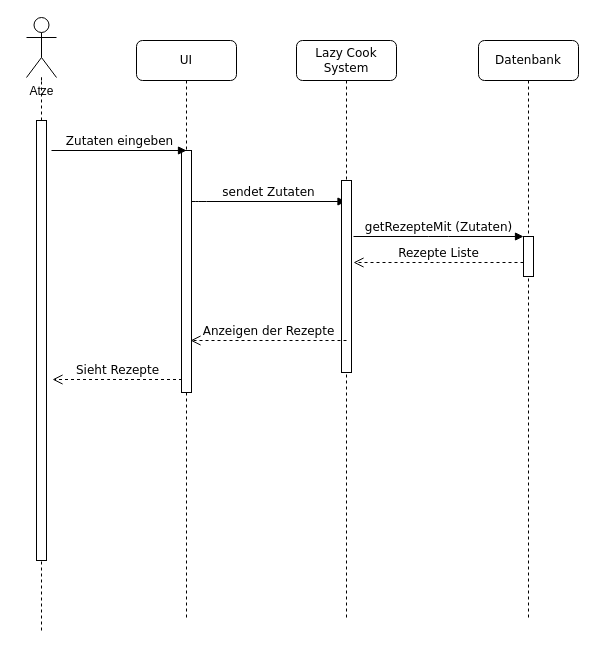
The draw.io diagram docs/UML/UML-Sequenzdiagramm_Rezepte-filtern.drawio in GalacticCodeGambit/LazyCook, before the edit. Source tidied: cells renumbered, new cells numbered last; positions are measured from the earlier drawing's top-left corner, leaving out a move shared by most shapes. Both pictures are drawn from the tidied source at 100%, with x=0, y=0 at pixel (26, 17).
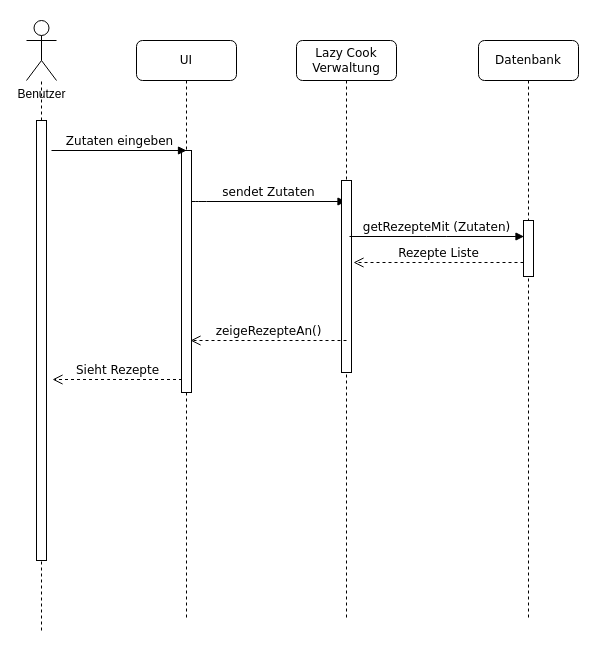
Above is the later version.

Commit message (it also covers changes not shown here):
UML Sequenzdiagramm_Rezepte_Filtern aktualisiert: Lazy Cook Verwaltung und der Methoden hinzugefügt. Ältere Versionen gelöscht.

The edit, as a diff of the source:
```diff
@@
-    <mxCell id="6" value="Lazy Cook System" style="shape=umlLifeline;perimeter=lifelinePerimeter;whiteSpace=wrap;html=1;outlineConnect=0;rounded=1;shadow=0;comic=0;labelBackgroundColor=none;strokeWidth=1;fontFamily=Verdana;fontSize=12;align=center;" parent="1" vertex="1">
+    <mxCell id="6" value="Lazy Cook Verwaltung" style="shape=umlLifeline;perimeter=lifelinePerimeter;whiteSpace=wrap;html=1;outlineConnect=0;rounded=1;shadow=0;comic=0;labelBackgroundColor=none;strokeWidth=1;fontFamily=Verdana;fontSize=12;align=center;" parent="1" vertex="1">
       <mxGeometry x="270" y="23" width="100" height="580" as="geometry" />
     </mxCell>
@@
     <mxCell id="9" style="html=1;points=[];perimeter=orthogonalPerimeter;rounded=0;shadow=0;comic=0;labelBackgroundColor=none;strokeWidth=1;fontFamily=Verdana;fontSize=12;align=center;" parent="1" vertex="1">
-      <mxGeometry x="497" y="219" width="10" height="40" as="geometry" />
+      <mxGeometry x="497" y="203" width="10" height="56" as="geometry" />
     </mxCell>
-    <mxCell id="10" value="getRezepteMit (Zutaten)" style="html=1;verticalAlign=bottom;endArrow=block;entryX=0;entryY=0;labelBackgroundColor=none;fontFamily=Verdana;fontSize=12;edgeStyle=elbowEdgeStyle;elbow=vertical;" parent="1" edge="1" target="9">
+    <mxCell id="10" value="getRezepteMit (Zutaten)" style="html=1;verticalAlign=bottom;endArrow=block;labelBackgroundColor=none;fontFamily=Verdana;fontSize=12;edgeStyle=elbowEdgeStyle;elbow=vertical;" parent="1" edge="1">
       <mxGeometry relative="1" as="geometry">
-        <mxPoint x="327" y="219" as="sourcePoint" />
+        <mxPoint x="323" y="219" as="sourcePoint" />
+        <mxPoint x="497.5" y="219" as="targetPoint" />
       </mxGeometry>
     </mxCell>
@@
-    <mxCell id="12" value="Anzeigen der Rezepte" style="html=1;verticalAlign=bottom;endArrow=open;dashed=1;endSize=8;labelBackgroundColor=none;fontFamily=Verdana;fontSize=12;edgeStyle=elbowEdgeStyle;elbow=vertical;" parent="1" edge="1">
+    <mxCell id="12" value="zeigeRezepteAn()" style="html=1;verticalAlign=bottom;endArrow=open;dashed=1;endSize=8;labelBackgroundColor=none;fontFamily=Verdana;fontSize=12;edgeStyle=elbowEdgeStyle;elbow=vertical;" parent="1" edge="1">
       <mxGeometry relative="1" as="geometry">
         <mxPoint x="320" y="323" as="sourcePoint" />
         <mxPoint x="164" y="323" as="targetPoint" />
         <Array as="points">
           <mxPoint x="229" y="323" />
           <mxPoint x="259" y="323" />
         </Array>
       </mxGeometry>
     </mxCell>
@@
-    <mxCell id="18" value="Atze" style="shape=umlActor;verticalLabelPosition=bottom;verticalAlign=top;html=1;outlineConnect=0;" parent="1" vertex="1">
-      <mxGeometry width="30" height="60" as="geometry" />
+    <mxCell id="18" value="Benutzer" style="shape=umlActor;verticalLabelPosition=bottom;verticalAlign=top;html=1;outlineConnect=0;" parent="1" vertex="1">
+      <mxGeometry y="3" width="30" height="60" as="geometry" />
     </mxCell>
```
